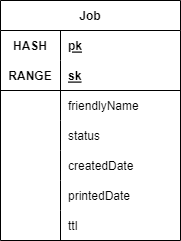
Above: print-me-clone/assets/Job.png in imCertified/portfolio (draw.io), before the change. Source tidied: cells renumbered, new cells last; positions are measured from the earlier drawing's top-left corner, leaving out a move shared by most shapes. Source of this version:
```xml
<mxGraphModel background="#ffffff">
  <root>
    <mxCell id="0" />
    <mxCell id="1" parent="0" />
    <mxCell id="2" value="Job" style="shape=table;startSize=30;rowLines=0;fontStyle=1;align=center;fontColor=#000000;strokeColor=#000000;" parent="1" vertex="1">
      <mxGeometry width="180" height="240" as="geometry" />
    </mxCell>
    <mxCell id="3" style="shape=tableRow;horizontal=0;startSize=0;swimlaneHead=0;swimlaneBody=0;fillColor=none;top=0;left=0;right=0;bottom=0;fontColor=#000000;strokeColor=#000000;" parent="2" vertex="1">
      <mxGeometry y="30" width="180" height="30" as="geometry" />
    </mxCell>
    <mxCell id="4" value="HASH" style="shape=partialRectangle;fillColor=none;top=0;left=0;bottom=0;right=0;fontStyle=1;overflow=hidden;fontColor=#000000;strokeColor=#000000;" parent="3" vertex="1">
      <mxGeometry width="60" height="30" as="geometry" />
    </mxCell>
    <mxCell id="5" value="pk" style="shape=partialRectangle;fillColor=none;top=0;left=0;bottom=0;right=0;align=left;spacingLeft=6;fontStyle=5;overflow=hidden;fontColor=#000000;strokeColor=#000000;" parent="3" vertex="1">
      <mxGeometry x="60" width="120" height="30" as="geometry" />
    </mxCell>
    <mxCell id="6" style="shape=tableRow;horizontal=0;startSize=0;swimlaneHead=0;swimlaneBody=0;fillColor=none;top=0;left=0;right=0;bottom=1;fontColor=#000000;strokeColor=#000000;" parent="2" vertex="1">
      <mxGeometry y="60" width="180" height="30" as="geometry" />
    </mxCell>
    <mxCell id="7" value="RANGE" style="shape=partialRectangle;fillColor=none;top=0;left=0;bottom=0;right=0;fontStyle=1;overflow=hidden;fontColor=#000000;strokeColor=#000000;" parent="6" vertex="1">
      <mxGeometry width="60" height="30" as="geometry" />
    </mxCell>
    <mxCell id="8" value="sk" style="shape=partialRectangle;fillColor=none;top=0;left=0;bottom=0;right=0;align=left;spacingLeft=6;fontStyle=5;overflow=hidden;fontColor=#000000;strokeColor=#000000;" parent="6" vertex="1">
      <mxGeometry x="60" width="120" height="30" as="geometry" />
    </mxCell>
    <mxCell id="9" style="shape=tableRow;horizontal=0;startSize=0;swimlaneHead=0;swimlaneBody=0;fillColor=none;top=0;left=0;right=0;bottom=0;fontColor=#000000;strokeColor=#000000;" parent="2" vertex="1">
      <mxGeometry y="90" width="180" height="30" as="geometry" />
    </mxCell>
    <mxCell id="10" style="shape=partialRectangle;fillColor=none;top=0;left=0;bottom=0;right=0;overflow=hidden;fontColor=#000000;strokeColor=#000000;" parent="9" vertex="1">
      <mxGeometry width="60" height="30" as="geometry" />
    </mxCell>
    <mxCell id="11" value="friendlyName" style="shape=partialRectangle;fillColor=none;top=0;left=0;bottom=0;right=0;align=left;spacingLeft=6;overflow=hidden;fontColor=#000000;strokeColor=#000000;" parent="9" vertex="1">
      <mxGeometry x="60" width="120" height="30" as="geometry" />
    </mxCell>
    <mxCell id="12" style="shape=tableRow;horizontal=0;startSize=0;swimlaneHead=0;swimlaneBody=0;fillColor=none;points=[[0,0.5],[1,0.5]];portConstraint=eastwest;top=0;left=0;right=0;bottom=0;fontColor=#000000;strokeColor=#000000;" parent="2" vertex="1">
      <mxGeometry y="120" width="180" height="30" as="geometry" />
    </mxCell>
    <mxCell id="13" style="shape=partialRectangle;fillColor=none;top=0;left=0;bottom=0;right=0;overflow=hidden;fontColor=#000000;strokeColor=#000000;" parent="12" vertex="1">
      <mxGeometry width="60" height="30" as="geometry" />
    </mxCell>
    <mxCell id="14" value="status" style="shape=partialRectangle;fillColor=none;top=0;left=0;bottom=0;right=0;align=left;spacingLeft=6;overflow=hidden;fontColor=#000000;strokeColor=#000000;" parent="12" vertex="1">
      <mxGeometry x="60" width="120" height="30" as="geometry" />
    </mxCell>
    <mxCell id="15" style="shape=tableRow;horizontal=0;startSize=0;swimlaneHead=0;swimlaneBody=0;fillColor=none;top=0;left=0;right=0;bottom=0;fontColor=#000000;strokeColor=#000000;" parent="2" vertex="1">
      <mxGeometry y="150" width="180" height="30" as="geometry" />
    </mxCell>
    <mxCell id="16" style="shape=partialRectangle;fillColor=none;top=0;left=0;bottom=0;right=0;overflow=hidden;fontColor=#000000;strokeColor=#000000;" parent="15" vertex="1">
      <mxGeometry width="60" height="30" as="geometry" />
    </mxCell>
    <mxCell id="17" value="createdDate" style="shape=partialRectangle;fillColor=none;top=0;left=0;bottom=0;right=0;align=left;spacingLeft=6;overflow=hidden;fontColor=#000000;strokeColor=#000000;" parent="15" vertex="1">
      <mxGeometry x="60" width="120" height="30" as="geometry" />
    </mxCell>
    <mxCell id="18" style="shape=tableRow;horizontal=0;startSize=0;swimlaneHead=0;swimlaneBody=0;fillColor=none;top=0;left=0;right=0;bottom=0;fontColor=#000000;strokeColor=#000000;" parent="2" vertex="1">
      <mxGeometry y="180" width="180" height="30" as="geometry" />
    </mxCell>
    <mxCell id="19" style="shape=partialRectangle;fillColor=none;top=0;left=0;bottom=0;right=0;overflow=hidden;fontColor=#000000;strokeColor=#000000;" parent="18" vertex="1">
      <mxGeometry width="60" height="30" as="geometry" />
    </mxCell>
    <mxCell id="20" value="printedDate" style="shape=partialRectangle;fillColor=none;top=0;left=0;bottom=0;right=0;align=left;spacingLeft=6;overflow=hidden;fontColor=#000000;strokeColor=#000000;" parent="18" vertex="1">
      <mxGeometry x="60" width="120" height="30" as="geometry" />
    </mxCell>
    <mxCell id="21" style="shape=tableRow;horizontal=0;startSize=0;swimlaneHead=0;swimlaneBody=0;fillColor=none;top=0;left=0;right=0;bottom=0;fontColor=#000000;strokeColor=#000000;" parent="2" vertex="1">
      <mxGeometry y="210" width="180" height="30" as="geometry" />
    </mxCell>
    <mxCell id="22" style="shape=partialRectangle;fillColor=none;top=0;left=0;bottom=0;right=0;overflow=hidden;fontColor=#000000;strokeColor=#000000;" parent="21" vertex="1">
      <mxGeometry width="60" height="30" as="geometry" />
    </mxCell>
    <mxCell id="23" value="ttl" style="shape=partialRectangle;fillColor=none;top=0;left=0;bottom=0;right=0;align=left;spacingLeft=6;overflow=hidden;fontColor=#000000;strokeColor=#000000;" parent="21" vertex="1">
      <mxGeometry x="60" width="120" height="30" as="geometry" />
    </mxCell>
  </root>
</mxGraphModel>
```
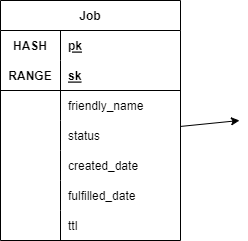
After the commit.

Change to the diagram source:
```diff
@@ -29,7 +29,7 @@
     <mxCell id="10" style="shape=partialRectangle;fillColor=none;top=0;left=0;bottom=0;right=0;overflow=hidden;fontColor=#000000;strokeColor=#000000;" parent="9" vertex="1">
       <mxGeometry width="60" height="30" as="geometry" />
     </mxCell>
-    <mxCell id="11" value="friendlyName" style="shape=partialRectangle;fillColor=none;top=0;left=0;bottom=0;right=0;align=left;spacingLeft=6;overflow=hidden;fontColor=#000000;strokeColor=#000000;" parent="9" vertex="1">
+    <mxCell id="11" value="friendly_name" style="shape=partialRectangle;fillColor=none;top=0;left=0;bottom=0;right=0;align=left;spacingLeft=6;overflow=hidden;fontColor=#000000;strokeColor=#000000;" parent="9" vertex="1">
       <mxGeometry x="60" width="120" height="30" as="geometry" />
     </mxCell>
     <mxCell id="12" style="shape=tableRow;horizontal=0;startSize=0;swimlaneHead=0;swimlaneBody=0;fillColor=none;points=[[0,0.5],[1,0.5]];portConstraint=eastwest;top=0;left=0;right=0;bottom=0;fontColor=#000000;strokeColor=#000000;" parent="2" vertex="1">
@@ -47,7 +47,7 @@
     <mxCell id="16" style="shape=partialRectangle;fillColor=none;top=0;left=0;bottom=0;right=0;overflow=hidden;fontColor=#000000;strokeColor=#000000;" parent="15" vertex="1">
       <mxGeometry width="60" height="30" as="geometry" />
     </mxCell>
-    <mxCell id="17" value="createdDate" style="shape=partialRectangle;fillColor=none;top=0;left=0;bottom=0;right=0;align=left;spacingLeft=6;overflow=hidden;fontColor=#000000;strokeColor=#000000;" parent="15" vertex="1">
+    <mxCell id="17" value="created_date" style="shape=partialRectangle;fillColor=none;top=0;left=0;bottom=0;right=0;align=left;spacingLeft=6;overflow=hidden;fontColor=#000000;strokeColor=#000000;" parent="15" vertex="1">
       <mxGeometry x="60" width="120" height="30" as="geometry" />
     </mxCell>
     <mxCell id="18" style="shape=tableRow;horizontal=0;startSize=0;swimlaneHead=0;swimlaneBody=0;fillColor=none;top=0;left=0;right=0;bottom=0;fontColor=#000000;strokeColor=#000000;" parent="2" vertex="1">
@@ -56,7 +56,7 @@
     <mxCell id="19" style="shape=partialRectangle;fillColor=none;top=0;left=0;bottom=0;right=0;overflow=hidden;fontColor=#000000;strokeColor=#000000;" parent="18" vertex="1">
       <mxGeometry width="60" height="30" as="geometry" />
     </mxCell>
-    <mxCell id="20" value="printedDate" style="shape=partialRectangle;fillColor=none;top=0;left=0;bottom=0;right=0;align=left;spacingLeft=6;overflow=hidden;fontColor=#000000;strokeColor=#000000;" parent="18" vertex="1">
+    <mxCell id="20" value="fulfilled_date" style="shape=partialRectangle;fillColor=none;top=0;left=0;bottom=0;right=0;align=left;spacingLeft=6;overflow=hidden;fontColor=#000000;strokeColor=#000000;" parent="18" vertex="1">
       <mxGeometry x="60" width="120" height="30" as="geometry" />
     </mxCell>
     <mxCell id="21" style="shape=tableRow;horizontal=0;startSize=0;swimlaneHead=0;swimlaneBody=0;fillColor=none;top=0;left=0;right=0;bottom=0;fontColor=#000000;strokeColor=#000000;" parent="2" vertex="1">
@@ -68,5 +68,10 @@
     <mxCell id="23" value="ttl" style="shape=partialRectangle;fillColor=none;top=0;left=0;bottom=0;right=0;align=left;spacingLeft=6;overflow=hidden;fontColor=#000000;strokeColor=#000000;" parent="21" vertex="1">
       <mxGeometry x="60" width="120" height="30" as="geometry" />
     </mxCell>
+    <mxCell id="24" style="edgeStyle=none;html=1;" parent="1" edge="1" source="12">
+      <mxGeometry relative="1" as="geometry">
+        <mxPoint x="239" y="120" as="targetPoint" />
+      </mxGeometry>
+    </mxCell>
   </root>
 </mxGraphModel>
```
